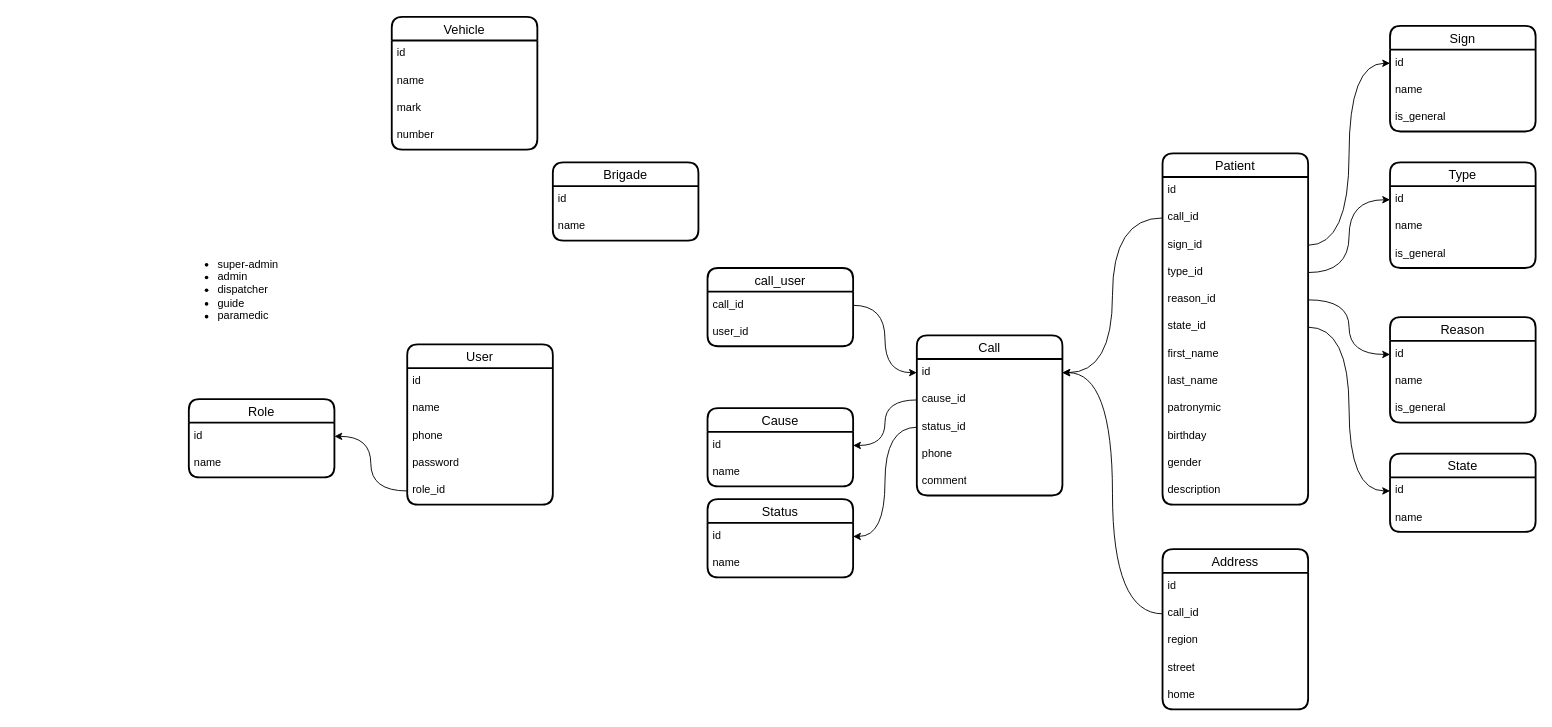
iztileuoff/databases keeps this draw.io diagram as karsoft-103.drawio. Above is the earlier version. Source tidied: cells renumbered, new cells numbered last; positions are measured from the earlier drawing's top-left corner, leaving out a move shared by most shapes. Both pictures are drawn from the tidied source at 91%, with x=0, y=0 at pixel (179, 16).
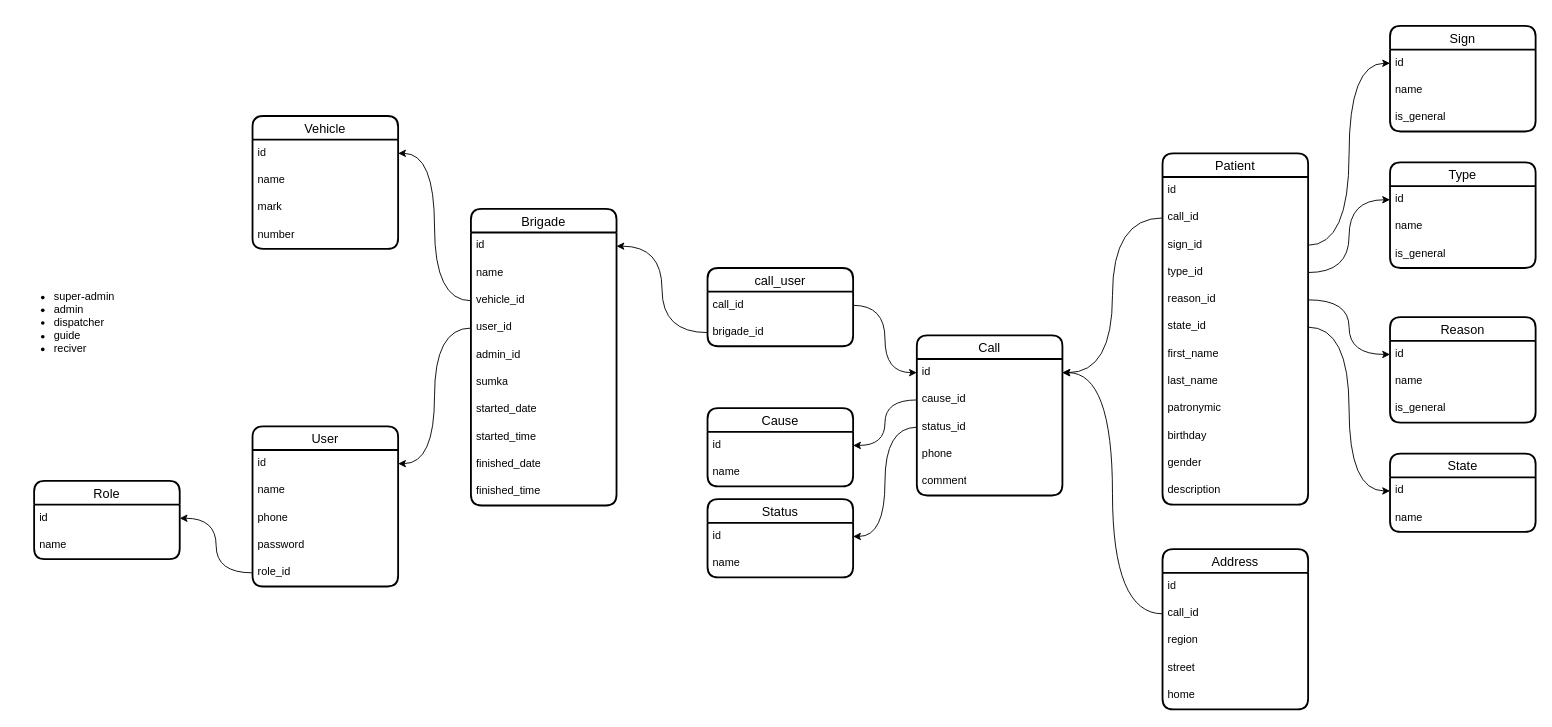
After the change.

Unchanged cells that the change refers to:
```xml
<mxCell id="3" value="id" style="text;strokeColor=none;fillColor=none;spacingLeft=4;spacingRight=4;overflow=hidden;points=[[0,0.5],[1,0.5]];portConstraint=eastwest;fontSize=12;whiteSpace=wrap;html=1;" parent="2" vertex="1">
  <mxGeometry y="26" width="160" height="30" as="geometry" />
</mxCell>
<mxCell id="67" value="call_user" style="swimlane;fontStyle=0;horizontal=1;startSize=26;align=center;fontSize=14;strokeWidth=2;rounded=1;shadow=0;glass=0;swimlaneLine=1;" parent="1" vertex="1">
  <mxGeometry x="580" y="276" width="160" height="86" as="geometry" />
</mxCell>
<mxCell id="72" value="id" style="text;strokeColor=none;fillColor=none;spacingLeft=4;spacingRight=4;overflow=hidden;points=[[0,0.5],[1,0.5]];portConstraint=eastwest;fontSize=12;whiteSpace=wrap;html=1;" parent="71" vertex="1">
  <mxGeometry y="26" width="160" height="30" as="geometry" />
</mxCell>
<mxCell id="75" value="id" style="text;strokeColor=none;fillColor=none;spacingLeft=4;spacingRight=4;overflow=hidden;points=[[0,0.5],[1,0.5]];portConstraint=eastwest;fontSize=12;whiteSpace=wrap;html=1;" parent="74" vertex="1">
  <mxGeometry y="26" width="160" height="30" as="geometry" />
</mxCell>
```

Diff of the diagram source:
```diff
@@
     <mxCell id="2" value="User" style="swimlane;fontStyle=0;horizontal=1;startSize=26;align=center;fontSize=14;strokeWidth=2;rounded=1;shadow=0;glass=0;swimlaneLine=1;" parent="1" vertex="1">
-      <mxGeometry x="250" y="360" width="160" height="176" as="geometry" />
+      <mxGeometry x="80" y="450" width="160" height="176" as="geometry" />
     </mxCell>
@@
     <mxCell id="8" value="Role" style="swimlane;fontStyle=0;horizontal=1;startSize=26;align=center;fontSize=14;strokeWidth=2;rounded=1;shadow=0;glass=0;swimlaneLine=1;" parent="1" vertex="1">
-      <mxGeometry x="10" y="420" width="160" height="86" as="geometry" />
+      <mxGeometry x="-160" y="510" width="160" height="86" as="geometry" />
     </mxCell>
@@
-    <mxCell id="57" value="&lt;ul&gt;&lt;li&gt;super-admin&lt;/li&gt;&lt;li&gt;admin&lt;/li&gt;&lt;li&gt;dispatcher&lt;/li&gt;&lt;li&gt;guide&lt;/li&gt;&lt;li&gt;paramedic&lt;/li&gt;&lt;/ul&gt;" style="text;strokeColor=none;fillColor=none;html=1;whiteSpace=wrap;verticalAlign=middle;overflow=hidden;" parent="1" vertex="1">
-      <mxGeometry y="240" width="233" height="120" as="geometry" />
+    <mxCell id="57" value="&lt;ul&gt;&lt;li&gt;super-admin&lt;/li&gt;&lt;li&gt;admin&lt;/li&gt;&lt;li&gt;dispatcher&lt;/li&gt;&lt;li&gt;guide&lt;/li&gt;&lt;li&gt;reciver&lt;/li&gt;&lt;/ul&gt;" style="text;strokeColor=none;fillColor=none;html=1;whiteSpace=wrap;verticalAlign=middle;overflow=hidden;" parent="1" vertex="1">
+      <mxGeometry x="-180" y="276" width="233" height="120" as="geometry" />
     </mxCell>
@@
-    <mxCell id="69" value="user_id" style="text;strokeColor=none;fillColor=none;spacingLeft=4;spacingRight=4;overflow=hidden;points=[[0,0.5],[1,0.5]];portConstraint=eastwest;fontSize=12;whiteSpace=wrap;html=1;" parent="67" vertex="1">
+    <mxCell id="69" value="brigade_id" style="text;strokeColor=none;fillColor=none;spacingLeft=4;spacingRight=4;overflow=hidden;points=[[0,0.5],[1,0.5]];portConstraint=eastwest;fontSize=12;whiteSpace=wrap;html=1;" parent="67" vertex="1">
       <mxGeometry y="56" width="160" height="30" as="geometry" />
     </mxCell>
@@
     <mxCell id="71" value="Brigade" style="swimlane;fontStyle=0;horizontal=1;startSize=26;align=center;fontSize=14;strokeWidth=2;rounded=1;shadow=0;glass=0;swimlaneLine=1;" parent="1" vertex="1">
-      <mxGeometry x="410" y="160" width="160" height="86" as="geometry" />
+      <mxGeometry x="320" y="211" width="160" height="326" as="geometry" />
     </mxCell>
@@
+    <mxCell id="79" value="vehicle_id" style="text;strokeColor=none;fillColor=none;spacingLeft=4;spacingRight=4;overflow=hidden;points=[[0,0.5],[1,0.5]];portConstraint=eastwest;fontSize=12;whiteSpace=wrap;html=1;" parent="71" vertex="1">
+      <mxGeometry y="86" width="160" height="30" as="geometry" />
+    </mxCell>
+    <mxCell id="80" value="user_id" style="text;strokeColor=none;fillColor=none;spacingLeft=4;spacingRight=4;overflow=hidden;points=[[0,0.5],[1,0.5]];portConstraint=eastwest;fontSize=12;whiteSpace=wrap;html=1;" parent="71" vertex="1">
+      <mxGeometry y="116" width="160" height="30" as="geometry" />
+    </mxCell>
+    <mxCell id="81" value="admin_id" style="text;strokeColor=none;fillColor=none;spacingLeft=4;spacingRight=4;overflow=hidden;fontSize=12;whiteSpace=wrap;html=1;" parent="71" vertex="1">
+      <mxGeometry y="146" width="160" height="30" as="geometry" />
+    </mxCell>
+    <mxCell id="82" value="sumka" style="text;strokeColor=none;fillColor=none;spacingLeft=4;spacingRight=4;overflow=hidden;fontSize=12;whiteSpace=wrap;html=1;" parent="71" vertex="1">
+      <mxGeometry y="176" width="160" height="30" as="geometry" />
+    </mxCell>
+    <mxCell id="83" value="started_date" style="text;strokeColor=none;fillColor=none;spacingLeft=4;spacingRight=4;overflow=hidden;fontSize=12;whiteSpace=wrap;html=1;" parent="71" vertex="1">
+      <mxGeometry y="206" width="160" height="30" as="geometry" />
+    </mxCell>
+    <mxCell id="84" value="started_time" style="text;strokeColor=none;fillColor=none;spacingLeft=4;spacingRight=4;overflow=hidden;fontSize=12;whiteSpace=wrap;html=1;" parent="71" vertex="1">
+      <mxGeometry y="236" width="160" height="30" as="geometry" />
+    </mxCell>
+    <mxCell id="85" value="finished_date" style="text;strokeColor=none;fillColor=none;spacingLeft=4;spacingRight=4;overflow=hidden;fontSize=12;whiteSpace=wrap;html=1;" parent="71" vertex="1">
+      <mxGeometry y="266" width="160" height="30" as="geometry" />
+    </mxCell>
+    <mxCell id="86" value="finished_time" style="text;strokeColor=none;fillColor=none;spacingLeft=4;spacingRight=4;overflow=hidden;fontSize=12;whiteSpace=wrap;html=1;" parent="71" vertex="1">
+      <mxGeometry y="296" width="160" height="30" as="geometry" />
+    </mxCell>
     <mxCell id="74" value="Vehicle" style="swimlane;fontStyle=0;horizontal=1;startSize=26;align=center;fontSize=14;strokeWidth=2;rounded=1;shadow=0;glass=0;swimlaneLine=1;" parent="1" vertex="1">
-      <mxGeometry x="233" width="160" height="146" as="geometry" />
+      <mxGeometry x="80" y="109" width="160" height="146" as="geometry" />
     </mxCell>
@@
+    <mxCell id="87" style="edgeStyle=orthogonalEdgeStyle;rounded=0;jettySize=auto;html=1;entryX=1;entryY=0.5;entryDx=0;entryDy=0;curved=1;" parent="1" edge="1" source="79" target="75">
+      <mxGeometry relative="1" as="geometry" />
+    </mxCell>
+    <mxCell id="88" style="edgeStyle=orthogonalEdgeStyle;rounded=0;jettySize=auto;html=1;entryX=1;entryY=0.5;entryDx=0;entryDy=0;curved=1;" parent="1" edge="1" source="80" target="3">
+      <mxGeometry relative="1" as="geometry" />
+    </mxCell>
+    <mxCell id="89" style="edgeStyle=orthogonalEdgeStyle;rounded=0;jettySize=auto;html=1;entryX=1;entryY=0.5;entryDx=0;entryDy=0;curved=1;" parent="1" edge="1" source="69" target="72">
+      <mxGeometry relative="1" as="geometry" />
+    </mxCell>
```
